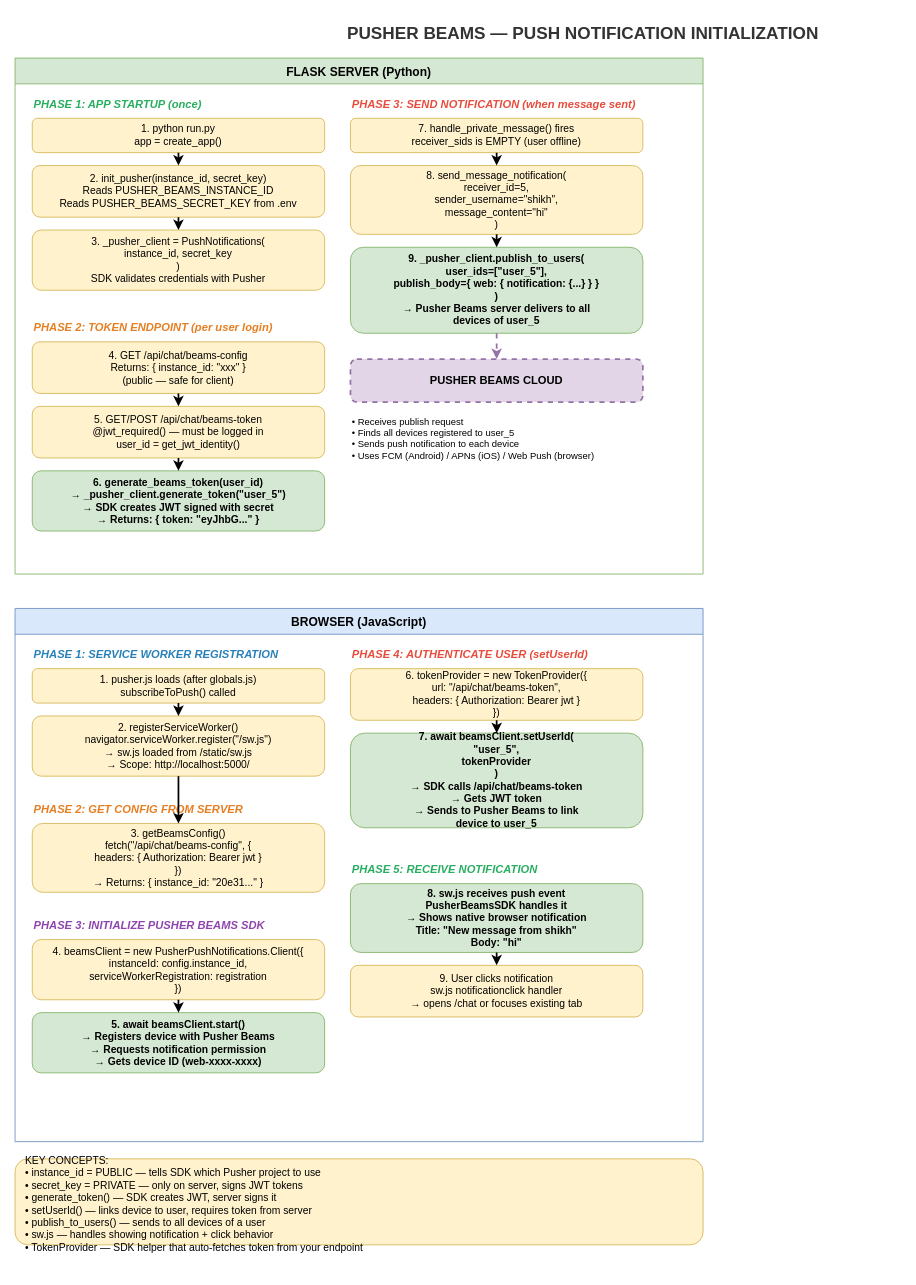
This is page "7. Pusher Beams" (7 of 7) of app/static/js/Architecture.drawio from xam-gnilmahc/flask_chat_app, a draw.io file, before an edit. Source tidied: cells renumbered, new cells numbered last; positions are measured from the earlier drawing's top-left corner, leaving out a move shared by most shapes. Both pictures are drawn from the tidied source at 86%, with x=0, y=0 at pixel (15, 15).
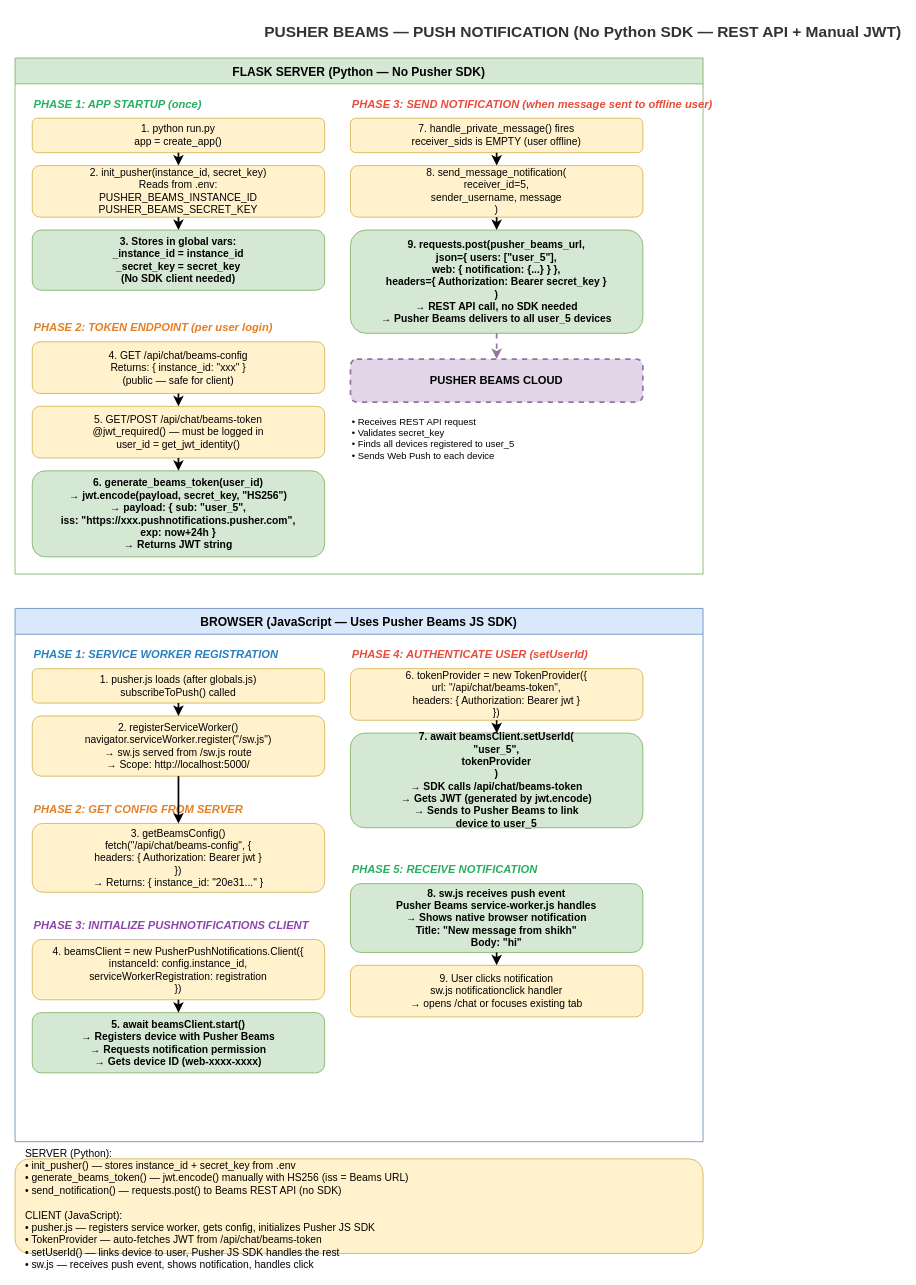
The same diagram, later.

Commit message (it also covers changes not shown here):
Fix pusher notification issue

Change to the diagram source:
```diff
@@
-    <mxCell id="2" value="PUSHER BEAMS — PUSH NOTIFICATION INITIALIZATION" style="text;html=1;align=center;verticalAlign=middle;strokeColor=none;fillColor=none;fontSize=20;fontStyle=1;fontColor=#333333;" parent="1" vertex="1">
-      <mxGeometry x="360" width="600" height="40" as="geometry" />
+    <mxCell id="2" value="PUSHER BEAMS — PUSH NOTIFICATION (No Python SDK — REST API + Manual JWT)" style="text;html=1;align=center;verticalAlign=middle;strokeColor=none;fillColor=none;fontSize=18;fontStyle=1;fontColor=#333333;" parent="1" vertex="1">
+      <mxGeometry x="310" width="700" height="40" as="geometry" />
     </mxCell>
-    <mxCell id="3" value="FLASK SERVER (Python)" style="swimlane;startSize=30;fillColor=#d5e8d4;strokeColor=#82b366;fontStyle=1;fontSize=14;" parent="1" vertex="1">
+    <mxCell id="3" value="FLASK SERVER (Python — No Pusher SDK)" style="swimlane;startSize=30;fillColor=#d5e8d4;strokeColor=#82b366;fontStyle=1;fontSize=14;" parent="1" vertex="1">
       <mxGeometry y="50" width="800" height="600" as="geometry" />
     </mxCell>
@@
-    <mxCell id="6" value="2. init_pusher(instance_id, secret_key)&#10;   Reads PUSHER_BEAMS_INSTANCE_ID&#10;   Reads PUSHER_BEAMS_SECRET_KEY from .env" style="rounded=1;whiteSpace=wrap;html=1;fillColor=#fff2cc;strokeColor=#d6b656;fontSize=12;" parent="1" vertex="1">
+    <mxCell id="6" value="2. init_pusher(instance_id, secret_key)&#10;   Reads from .env:&#10;   PUSHER_BEAMS_INSTANCE_ID&#10;   PUSHER_BEAMS_SECRET_KEY" style="rounded=1;whiteSpace=wrap;html=1;fillColor=#fff2cc;strokeColor=#d6b656;fontSize=12;" parent="1" vertex="1">
       <mxGeometry x="20" y="175" width="340" height="60" as="geometry" />
     </mxCell>
-    <mxCell id="7" value="3. _pusher_client = PushNotifications(&#10;       instance_id, secret_key&#10;   )&#10;   SDK validates credentials with Pusher" style="rounded=1;whiteSpace=wrap;html=1;fillColor=#fff2cc;strokeColor=#d6b656;fontSize=12;" parent="1" vertex="1">
+    <mxCell id="7" value="3. Stores in global vars:&#10;   _instance_id = instance_id&#10;   _secret_key = secret_key&#10;   (No SDK client needed)" style="rounded=1;whiteSpace=wrap;html=1;fillColor=#d5e8d4;strokeColor=#82b366;fontSize=12;fontStyle=1;" parent="1" vertex="1">
       <mxGeometry x="20" y="250" width="340" height="70" as="geometry" />
     </mxCell>
@@
-    <mxCell id="13" value="6. generate_beams_token(user_id)&#10;   → _pusher_client.generate_token(&quot;user_5&quot;)&#10;   → SDK creates JWT signed with secret&#10;   → Returns: { token: &quot;eyJhbG...&quot; }" style="rounded=1;whiteSpace=wrap;html=1;fillColor=#d5e8d4;strokeColor=#82b366;fontSize=12;fontStyle=1;" parent="1" vertex="1">
-      <mxGeometry x="20" y="530" width="340" height="70" as="geometry" />
+    <mxCell id="13" value="6. generate_beams_token(user_id)&#10;   → jwt.encode(payload, secret_key, &quot;HS256&quot;)&#10;   → payload: { sub: &quot;user_5&quot;,&#10;       iss: &quot;https://xxx.pushnotifications.pusher.com&quot;,&#10;       exp: now+24h }&#10;   → Returns JWT string" style="rounded=1;whiteSpace=wrap;html=1;fillColor=#d5e8d4;strokeColor=#82b366;fontSize=12;fontStyle=1;" parent="1" vertex="1">
+      <mxGeometry x="20" y="530" width="340" height="100" as="geometry" />
     </mxCell>
@@
-    <mxCell id="16" value="PHASE 3: SEND NOTIFICATION (when message sent)" style="text;html=1;align=left;verticalAlign=middle;strokeColor=none;fillColor=none;fontSize=13;fontStyle=3;fontColor=#e74c3c;" parent="1" vertex="1">
-      <mxGeometry x="390" y="90" width="380" height="25" as="geometry" />
+    <mxCell id="16" value="PHASE 3: SEND NOTIFICATION (when message sent to offline user)" style="text;html=1;align=left;verticalAlign=middle;strokeColor=none;fillColor=none;fontSize=13;fontStyle=3;fontColor=#e74c3c;" parent="1" vertex="1">
+      <mxGeometry x="390" y="90" width="420" height="25" as="geometry" />
     </mxCell>
@@
-    <mxCell id="18" value="8. send_message_notification(&#10;       receiver_id=5,&#10;       sender_username=&quot;shikh&quot;,&#10;       message_content=&quot;hi&quot;&#10;   )" style="rounded=1;whiteSpace=wrap;html=1;fillColor=#fff2cc;strokeColor=#d6b656;fontSize=12;" parent="1" vertex="1">
-      <mxGeometry x="390" y="175" width="340" height="80" as="geometry" />
+    <mxCell id="18" value="8. send_message_notification(&#10;       receiver_id=5,&#10;       sender_username, message&#10;   )" style="rounded=1;whiteSpace=wrap;html=1;fillColor=#fff2cc;strokeColor=#d6b656;fontSize=12;" parent="1" vertex="1">
+      <mxGeometry x="390" y="175" width="340" height="60" as="geometry" />
     </mxCell>
-    <mxCell id="19" value="9. _pusher_client.publish_to_users(&#10;       user_ids=[&quot;user_5&quot;],&#10;       publish_body={ web: { notification: {...} } }&#10;   )&#10;   → Pusher Beams server delivers to all&#10;      devices of user_5" style="rounded=1;whiteSpace=wrap;html=1;fillColor=#d5e8d4;strokeColor=#82b366;fontSize=12;fontStyle=1;" parent="1" vertex="1">
-      <mxGeometry x="390" y="270" width="340" height="100" as="geometry" />
+    <mxCell id="19" value="9. requests.post(pusher_beams_url,&#10;       json={ users: [&quot;user_5&quot;],&#10;              web: { notification: {...} } },&#10;       headers={ Authorization: Bearer secret_key }&#10;   )&#10;   → REST API call, no SDK needed&#10;   → Pusher Beams delivers to all user_5 devices" style="rounded=1;whiteSpace=wrap;html=1;fillColor=#d5e8d4;strokeColor=#82b366;fontSize=12;fontStyle=1;" parent="1" vertex="1">
+      <mxGeometry x="390" y="250" width="340" height="120" as="geometry" />
     </mxCell>
@@
-    <mxCell id="23" value="• Receives publish request&#10;• Finds all devices registered to user_5&#10;• Sends push notification to each device&#10;• Uses FCM (Android) / APNs (iOS) / Web Push (browser)" style="text;html=1;align=left;verticalAlign=top;strokeColor=none;fillColor=none;fontSize=11;" parent="1" vertex="1">
-      <mxGeometry x="390" y="460" width="340" height="70" as="geometry" />
+    <mxCell id="23" value="• Receives REST API request&#10;• Validates secret_key&#10;• Finds all devices registered to user_5&#10;• Sends Web Push to each device" style="text;html=1;align=left;verticalAlign=top;strokeColor=none;fillColor=none;fontSize=11;" parent="1" vertex="1">
+      <mxGeometry x="390" y="460" width="340" height="60" as="geometry" />
     </mxCell>
@@
-    <mxCell id="25" value="BROWSER (JavaScript)" style="swimlane;startSize=30;fillColor=#dae8fc;strokeColor=#6c8ebf;fontStyle=1;fontSize=14;" parent="1" vertex="1">
+    <mxCell id="25" value="BROWSER (JavaScript — Uses Pusher Beams JS SDK)" style="swimlane;startSize=30;fillColor=#dae8fc;strokeColor=#6c8ebf;fontStyle=1;fontSize=14;" parent="1" vertex="1">
       <mxGeometry y="690" width="800" height="620" as="geometry" />
     </mxCell>
@@
-    <mxCell id="28" value="2. registerServiceWorker()&#10;   navigator.serviceWorker.register(&quot;/sw.js&quot;)&#10;   → sw.js loaded from /static/sw.js&#10;   → Scope: http://localhost:5000/" style="rounded=1;whiteSpace=wrap;html=1;fillColor=#fff2cc;strokeColor=#d6b656;fontSize=12;" parent="1" vertex="1">
+    <mxCell id="28" value="2. registerServiceWorker()&#10;   navigator.serviceWorker.register(&quot;/sw.js&quot;)&#10;   → sw.js served from /sw.js route&#10;   → Scope: http://localhost:5000/" style="rounded=1;whiteSpace=wrap;html=1;fillColor=#fff2cc;strokeColor=#d6b656;fontSize=12;" parent="1" vertex="1">
       <mxGeometry x="20" y="815" width="340" height="70" as="geometry" />
     </mxCell>
@@
-    <mxCell id="33" value="PHASE 3: INITIALIZE PUSHER BEAMS SDK" style="text;html=1;align=left;verticalAlign=middle;strokeColor=none;fillColor=none;fontSize=13;fontStyle=3;fontColor=#8e44ad;" parent="1" vertex="1">
-      <mxGeometry x="20" y="1045" width="340" height="25" as="geometry" />
+    <mxCell id="33" value="PHASE 3: INITIALIZE PUSHNOTIFICATIONS CLIENT" style="text;html=1;align=left;verticalAlign=middle;strokeColor=none;fillColor=none;fontSize=13;fontStyle=3;fontColor=#8e44ad;" parent="1" vertex="1">
+      <mxGeometry x="20" y="1045" width="380" height="25" as="geometry" />
     </mxCell>
@@
-    <mxCell id="39" value="7. await beamsClient.setUserId(&#10;       &quot;user_5&quot;,&#10;       tokenProvider&#10;   )&#10;   → SDK calls /api/chat/beams-token&#10;   → Gets JWT token&#10;   → Sends to Pusher Beams to link&#10;      device to user_5" style="rounded=1;whiteSpace=wrap;html=1;fillColor=#d5e8d4;strokeColor=#82b366;fontSize=12;fontStyle=1;" parent="1" vertex="1">
+    <mxCell id="39" value="7. await beamsClient.setUserId(&#10;       &quot;user_5&quot;,&#10;       tokenProvider&#10;   )&#10;   → SDK calls /api/chat/beams-token&#10;   → Gets JWT (generated by jwt.encode)&#10;   → Sends to Pusher Beams to link&#10;      device to user_5" style="rounded=1;whiteSpace=wrap;html=1;fillColor=#d5e8d4;strokeColor=#82b366;fontSize=12;fontStyle=1;" parent="1" vertex="1">
       <mxGeometry x="390" y="835" width="340" height="110" as="geometry" />
     </mxCell>
@@
-    <mxCell id="42" value="8. sw.js receives push event&#10;   PusherBeamsSDK handles it&#10;   → Shows native browser notification&#10;      Title: &quot;New message from shikh&quot;&#10;      Body: &quot;hi&quot;" style="rounded=1;whiteSpace=wrap;html=1;fillColor=#d5e8d4;strokeColor=#82b366;fontSize=12;fontStyle=1;" parent="1" vertex="1">
+    <mxCell id="42" value="8. sw.js receives push event&#10;   Pusher Beams service-worker.js handles&#10;   → Shows native browser notification&#10;      Title: &quot;New message from shikh&quot;&#10;      Body: &quot;hi&quot;" style="rounded=1;whiteSpace=wrap;html=1;fillColor=#d5e8d4;strokeColor=#82b366;fontSize=12;fontStyle=1;" parent="1" vertex="1">
       <mxGeometry x="390" y="1010" width="340" height="80" as="geometry" />
     </mxCell>
@@
-    <mxCell id="45" value="KEY CONCEPTS:&#10;• instance_id = PUBLIC — tells SDK which Pusher project to use&#10;• secret_key = PRIVATE — only on server, signs JWT tokens&#10;• generate_token() — SDK creates JWT, server signs it&#10;• setUserId() — links device to user, requires token from server&#10;• publish_to_users() — sends to all devices of a user&#10;• sw.js — handles showing notification + click behavior&#10;• TokenProvider — SDK helper that auto-fetches token from your endpoint" style="rounded=1;whiteSpace=wrap;html=1;fillColor=#fff2cc;strokeColor=#d6b656;fontSize=12;align=left;spacingLeft=10;spacingTop=5;" parent="1" vertex="1">
-      <mxGeometry y="1330" width="800" height="100" as="geometry" />
+    <mxCell id="45" value="SERVER (Python):&#10;• init_pusher() — stores instance_id + secret_key from .env&#10;• generate_beams_token() — jwt.encode() manually with HS256 (iss = Beams URL)&#10;• send_notification() — requests.post() to Beams REST API (no SDK)&#10;&#10;CLIENT (JavaScript):&#10;• pusher.js — registers service worker, gets config, initializes Pusher JS SDK&#10;• TokenProvider — auto-fetches JWT from /api/chat/beams-token&#10;• setUserId() — links device to user, Pusher JS SDK handles the rest&#10;• sw.js — receives push event, shows notification, handles click" style="rounded=1;whiteSpace=wrap;html=1;fillColor=#fff2cc;strokeColor=#d6b656;fontSize=12;align=left;spacingLeft=10;spacingTop=5;" parent="1" vertex="1">
+      <mxGeometry y="1330" width="800" height="110" as="geometry" />
     </mxCell>
```
